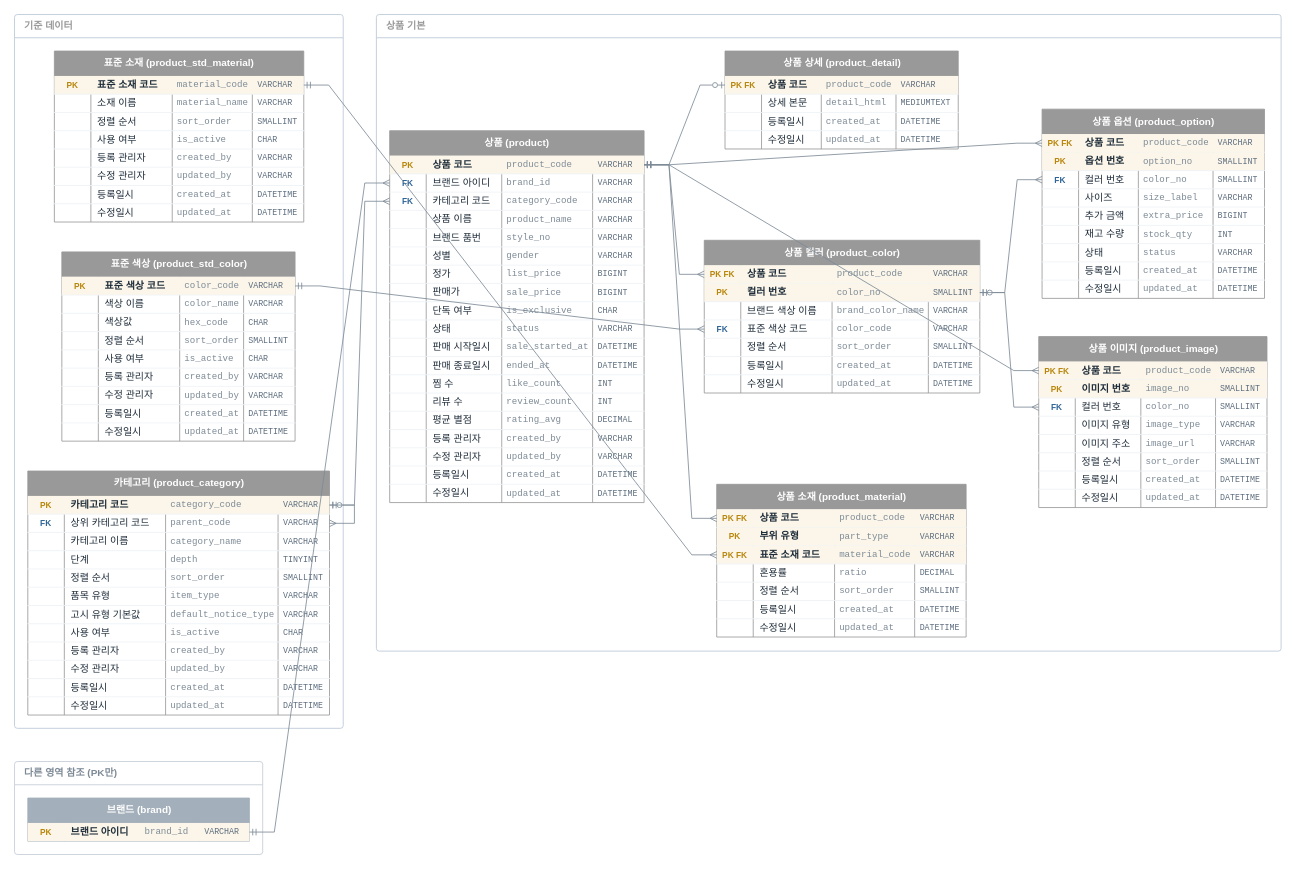
This is page "상품" (4 of 4) of docs/erd.drawio from jjonong/fashion-shoppingmall, a draw.io file, before an edit. Source tidied: cells renumbered, new cells numbered last; positions are measured from the earlier drawing's top-left corner, leaving out a move shared by most shapes. Both pictures are drawn from the tidied source at 83%, with x=0, y=0 at pixel (14, 14).
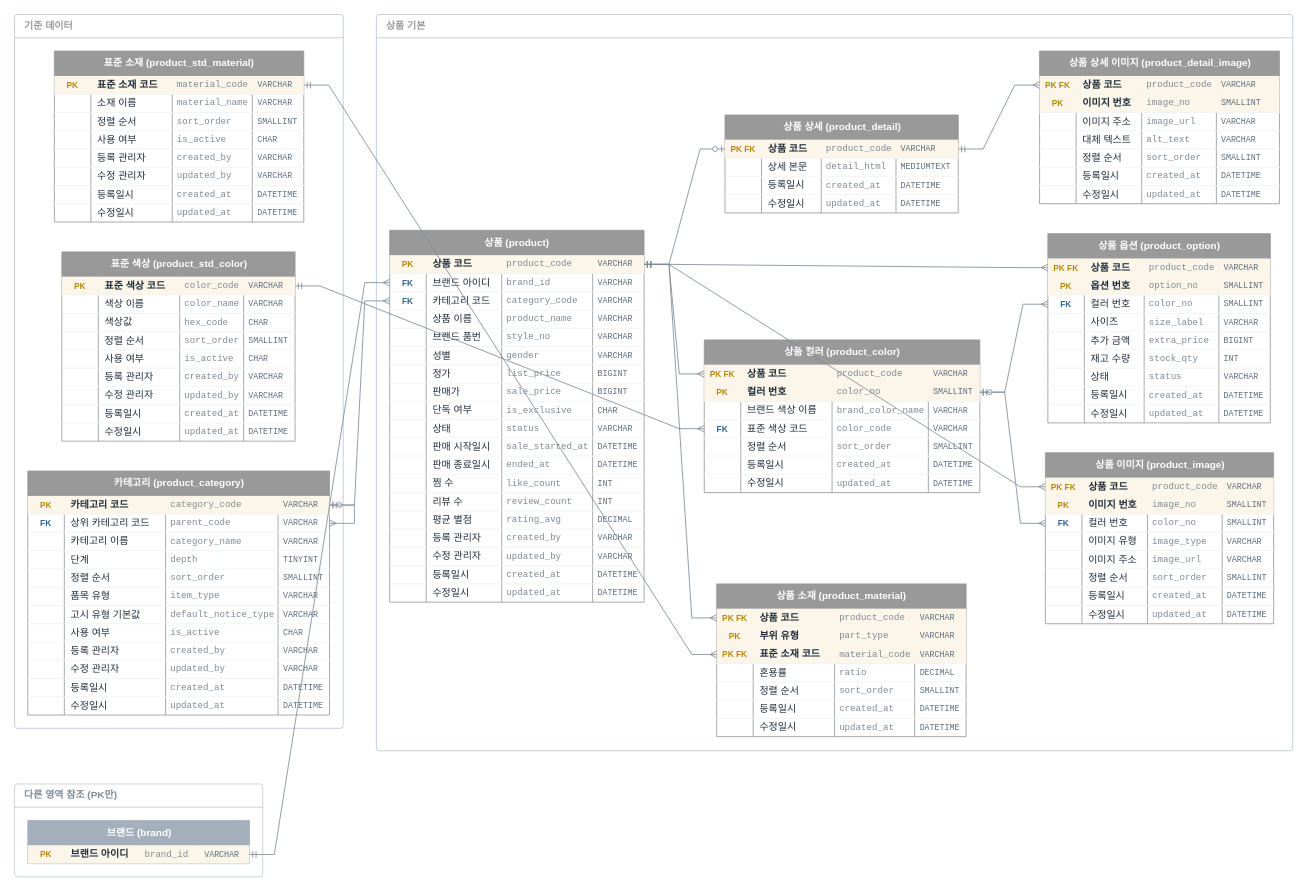
Above is the later version.

The change refers to these unchanged cells:
```xml
<mxCell id="249" style="shape=tableRow;horizontal=0;startSize=0;swimlaneHead=0;swimlaneBody=0;fillColor=#FBF6E9;points=[[0,0.5],[1,0.5]];portConstraint=eastwest;top=0;left=0;right=0;bottom=1;strokeColor=#eef2f6;" parent="248" vertex="1">
  <mxGeometry y="30" width="281" height="22" as="geometry" />
</mxCell>
```

What changed in the source:
```diff
@@
     <mxCell id="151" value="상품 기본" style="swimlane;startSize=28;rounded=1;arcSize=4;fillColor=none;swimlaneFillColor=none;strokeColor=#b9c7d6;fontColor=#999999;fontStyle=1;align=left;spacingLeft=10;html=1;" parent="1" vertex="1">
-      <mxGeometry x="436" width="1090" height="767" as="geometry" />
+      <mxGeometry x="436" width="1104" height="887" as="geometry" />
     </mxCell>
     <mxCell id="152" value="상품 (product)" style="shape=table;startSize=30;childLayout=tableLayout;rowLines=0;fontStyle=1;align=center;html=1;fillColor=#999999;fontColor=#ffffff;strokeColor=#999999;swimlaneFillColor=#ffffff;" parent="151" vertex="1">
-      <mxGeometry x="16" y="140" width="306.5" height="448" as="geometry" />
+      <mxGeometry x="16" y="260" width="306.5" height="448" as="geometry" />
     </mxCell>
@@
     <mxCell id="248" value="상품 상세 (product_detail)" style="shape=table;startSize=30;childLayout=tableLayout;rowLines=0;fontStyle=1;align=center;html=1;fillColor=#999999;fontColor=#ffffff;strokeColor=#999999;swimlaneFillColor=#ffffff;" parent="151" vertex="1">
-      <mxGeometry x="420" y="44" width="281" height="118" as="geometry" />
+      <mxGeometry x="420" y="121" width="281" height="118" as="geometry" />
     </mxCell>
@@
+    <mxCell id="447" value="상품 상세 이미지 (product_detail_image)" style="shape=table;startSize=30;childLayout=tableLayout;rowLines=0;fontStyle=1;align=center;html=1;fillColor=#999999;fontColor=#ffffff;strokeColor=#999999;swimlaneFillColor=#ffffff;" parent="151" vertex="1">
+      <mxGeometry x="799" y="44" width="289" height="184" as="geometry" />
+    </mxCell>
+    <mxCell id="448" style="shape=tableRow;horizontal=0;startSize=0;swimlaneHead=0;swimlaneBody=0;fillColor=#FBF6E9;points=[[0,0.5],[1,0.5]];portConstraint=eastwest;top=0;left=0;right=0;bottom=1;strokeColor=#eef2f6;" parent="447" vertex="1">
+      <mxGeometry y="30" width="289" height="22" as="geometry" />
+    </mxCell>
+    <mxCell id="449" value="PK FK" style="shape=partialRectangle;fillColor=none;top=0;left=0;bottom=0;right=0;overflow=hidden;html=1;fontStyle=1;fontColor=#B8860B;fontSize=10;align=center;" parent="448" vertex="1">
+      <mxGeometry width="44" height="22" as="geometry" />
+    </mxCell>
+    <mxCell id="450" value="상품 코드" style="shape=partialRectangle;fillColor=none;top=0;left=0;bottom=0;right=0;overflow=hidden;html=1;fontStyle=1;fontColor=#1f2d3a;align=left;spacingLeft=6;" parent="448" vertex="1">
+      <mxGeometry x="44" width="79" height="22" as="geometry" />
+    </mxCell>
+    <mxCell id="451" value="product_code" style="shape=partialRectangle;fillColor=none;top=0;left=0;bottom=0;right=0;overflow=hidden;html=1;fontFamily=Consolas;fontColor=#7d8a96;fontSize=11;align=left;spacingLeft=4;" parent="448" vertex="1">
+      <mxGeometry x="123" width="90" height="22" as="geometry" />
+    </mxCell>
+    <mxCell id="452" value="VARCHAR" style="shape=partialRectangle;fillColor=none;top=0;left=0;bottom=0;right=0;overflow=hidden;html=1;fontFamily=Consolas;fontColor=#5d6d7e;fontSize=10;align=left;spacingLeft=4;" parent="448" vertex="1">
+      <mxGeometry x="213" width="76" height="22" as="geometry" />
+    </mxCell>
+    <mxCell id="453" style="shape=tableRow;horizontal=0;startSize=0;swimlaneHead=0;swimlaneBody=0;fillColor=#FBF6E9;top=0;left=0;right=0;bottom=1;strokeColor=#eef2f6;" parent="447" vertex="1">
+      <mxGeometry y="52" width="289" height="22" as="geometry" />
+    </mxCell>
+    <mxCell id="454" value="PK" style="shape=partialRectangle;fillColor=none;top=0;left=0;bottom=0;right=0;overflow=hidden;html=1;fontStyle=1;fontColor=#B8860B;fontSize=10;align=center;" parent="453" vertex="1">
+      <mxGeometry width="44" height="22" as="geometry" />
+    </mxCell>
+    <mxCell id="455" value="이미지 번호" style="shape=partialRectangle;fillColor=none;top=0;left=0;bottom=0;right=0;overflow=hidden;html=1;fontStyle=1;fontColor=#1f2d3a;align=left;spacingLeft=6;" parent="453" vertex="1">
+      <mxGeometry x="44" width="79" height="22" as="geometry" />
+    </mxCell>
+    <mxCell id="456" value="image_no" style="shape=partialRectangle;fillColor=none;top=0;left=0;bottom=0;right=0;overflow=hidden;html=1;fontFamily=Consolas;fontColor=#7d8a96;fontSize=11;align=left;spacingLeft=4;" parent="453" vertex="1">
+      <mxGeometry x="123" width="90" height="22" as="geometry" />
+    </mxCell>
+    <mxCell id="457" value="SMALLINT" style="shape=partialRectangle;fillColor=none;top=0;left=0;bottom=0;right=0;overflow=hidden;html=1;fontFamily=Consolas;fontColor=#5d6d7e;fontSize=10;align=left;spacingLeft=4;" parent="453" vertex="1">
+      <mxGeometry x="213" width="76" height="22" as="geometry" />
+    </mxCell>
+    <mxCell id="458" style="shape=tableRow;horizontal=0;startSize=0;swimlaneHead=0;swimlaneBody=0;fillColor=none;top=0;left=0;right=0;bottom=1;strokeColor=#eef2f6;" parent="447" vertex="1">
+      <mxGeometry y="74" width="289" height="22" as="geometry" />
+    </mxCell>
+    <mxCell id="459" style="shape=partialRectangle;fillColor=none;top=0;left=0;bottom=0;right=0;overflow=hidden;html=1;fontStyle=1;fontColor=#2f6496;fontSize=10;align=center;" parent="458" vertex="1">
+      <mxGeometry width="44" height="22" as="geometry" />
+    </mxCell>
+    <mxCell id="460" value="이미지 주소" style="shape=partialRectangle;fillColor=none;top=0;left=0;bottom=0;right=0;overflow=hidden;html=1;fontStyle=0;fontColor=#1f2d3a;align=left;spacingLeft=6;" parent="458" vertex="1">
+      <mxGeometry x="44" width="79" height="22" as="geometry" />
+    </mxCell>
+    <mxCell id="461" value="image_url" style="shape=partialRectangle;fillColor=none;top=0;left=0;bottom=0;right=0;overflow=hidden;html=1;fontFamily=Consolas;fontColor=#7d8a96;fontSize=11;align=left;spacingLeft=4;" parent="458" vertex="1">
+      <mxGeometry x="123" width="90" height="22" as="geometry" />
+    </mxCell>
+    <mxCell id="462" value="VARCHAR" style="shape=partialRectangle;fillColor=none;top=0;left=0;bottom=0;right=0;overflow=hidden;html=1;fontFamily=Consolas;fontColor=#5d6d7e;fontSize=10;align=left;spacingLeft=4;" parent="458" vertex="1">
+      <mxGeometry x="213" width="76" height="22" as="geometry" />
+    </mxCell>
+    <mxCell id="463" style="shape=tableRow;horizontal=0;startSize=0;swimlaneHead=0;swimlaneBody=0;fillColor=none;top=0;left=0;right=0;bottom=1;strokeColor=#eef2f6;" parent="447" vertex="1">
+      <mxGeometry y="96" width="289" height="22" as="geometry" />
+    </mxCell>
+    <mxCell id="464" style="shape=partialRectangle;fillColor=none;top=0;left=0;bottom=0;right=0;overflow=hidden;html=1;fontStyle=1;fontColor=#2f6496;fontSize=10;align=center;" parent="463" vertex="1">
+      <mxGeometry width="44" height="22" as="geometry" />
+    </mxCell>
+    <mxCell id="465" value="대체 텍스트" style="shape=partialRectangle;fillColor=none;top=0;left=0;bottom=0;right=0;overflow=hidden;html=1;fontStyle=0;fontColor=#1f2d3a;align=left;spacingLeft=6;" parent="463" vertex="1">
+      <mxGeometry x="44" width="79" height="22" as="geometry" />
+    </mxCell>
+    <mxCell id="466" value="alt_text" style="shape=partialRectangle;fillColor=none;top=0;left=0;bottom=0;right=0;overflow=hidden;html=1;fontFamily=Consolas;fontColor=#7d8a96;fontSize=11;align=left;spacingLeft=4;" parent="463" vertex="1">
+      <mxGeometry x="123" width="90" height="22" as="geometry" />
+    </mxCell>
+    <mxCell id="467" value="VARCHAR" style="shape=partialRectangle;fillColor=none;top=0;left=0;bottom=0;right=0;overflow=hidden;html=1;fontFamily=Consolas;fontColor=#5d6d7e;fontSize=10;align=left;spacingLeft=4;" parent="463" vertex="1">
+      <mxGeometry x="213" width="76" height="22" as="geometry" />
+    </mxCell>
+    <mxCell id="468" style="shape=tableRow;horizontal=0;startSize=0;swimlaneHead=0;swimlaneBody=0;fillColor=none;top=0;left=0;right=0;bottom=1;strokeColor=#eef2f6;" parent="447" vertex="1">
+      <mxGeometry y="118" width="289" height="22" as="geometry" />
+    </mxCell>
+    <mxCell id="469" style="shape=partialRectangle;fillColor=none;top=0;left=0;bottom=0;right=0;overflow=hidden;html=1;fontStyle=1;fontColor=#2f6496;fontSize=10;align=center;" parent="468" vertex="1">
+      <mxGeometry width="44" height="22" as="geometry" />
+    </mxCell>
+    <mxCell id="470" value="정렬 순서" style="shape=partialRectangle;fillColor=none;top=0;left=0;bottom=0;right=0;overflow=hidden;html=1;fontStyle=0;fontColor=#1f2d3a;align=left;spacingLeft=6;" parent="468" vertex="1">
+      <mxGeometry x="44" width="79" height="22" as="geometry" />
+    </mxCell>
+    <mxCell id="471" value="sort_order" style="shape=partialRectangle;fillColor=none;top=0;left=0;bottom=0;right=0;overflow=hidden;html=1;fontFamily=Consolas;fontColor=#7d8a96;fontSize=11;align=left;spacingLeft=4;" parent="468" vertex="1">
+      <mxGeometry x="123" width="90" height="22" as="geometry" />
+    </mxCell>
+    <mxCell id="472" value="SMALLINT" style="shape=partialRectangle;fillColor=none;top=0;left=0;bottom=0;right=0;overflow=hidden;html=1;fontFamily=Consolas;fontColor=#5d6d7e;fontSize=10;align=left;spacingLeft=4;" parent="468" vertex="1">
+      <mxGeometry x="213" width="76" height="22" as="geometry" />
+    </mxCell>
+    <mxCell id="473" style="shape=tableRow;horizontal=0;startSize=0;swimlaneHead=0;swimlaneBody=0;fillColor=none;top=0;left=0;right=0;bottom=1;strokeColor=#eef2f6;" parent="447" vertex="1">
+      <mxGeometry y="140" width="289" height="22" as="geometry" />
+    </mxCell>
+    <mxCell id="474" style="shape=partialRectangle;fillColor=none;top=0;left=0;bottom=0;right=0;overflow=hidden;html=1;fontStyle=1;fontColor=#2f6496;fontSize=10;align=center;" parent="473" vertex="1">
+      <mxGeometry width="44" height="22" as="geometry" />
+    </mxCell>
+    <mxCell id="475" value="등록일시" style="shape=partialRectangle;fillColor=none;top=0;left=0;bottom=0;right=0;overflow=hidden;html=1;fontStyle=0;fontColor=#1f2d3a;align=left;spacingLeft=6;" parent="473" vertex="1">
+      <mxGeometry x="44" width="79" height="22" as="geometry" />
+    </mxCell>
+    <mxCell id="476" value="created_at" style="shape=partialRectangle;fillColor=none;top=0;left=0;bottom=0;right=0;overflow=hidden;html=1;fontFamily=Consolas;fontColor=#7d8a96;fontSize=11;align=left;spacingLeft=4;" parent="473" vertex="1">
+      <mxGeometry x="123" width="90" height="22" as="geometry" />
+    </mxCell>
+    <mxCell id="477" value="DATETIME" style="shape=partialRectangle;fillColor=none;top=0;left=0;bottom=0;right=0;overflow=hidden;html=1;fontFamily=Consolas;fontColor=#5d6d7e;fontSize=10;align=left;spacingLeft=4;" parent="473" vertex="1">
+      <mxGeometry x="213" width="76" height="22" as="geometry" />
+    </mxCell>
+    <mxCell id="478" style="shape=tableRow;horizontal=0;startSize=0;swimlaneHead=0;swimlaneBody=0;fillColor=none;top=0;left=0;right=0;bottom=0;strokeColor=#eef2f6;" parent="447" vertex="1">
+      <mxGeometry y="162" width="289" height="22" as="geometry" />
+    </mxCell>
+    <mxCell id="479" style="shape=partialRectangle;fillColor=none;top=0;left=0;bottom=0;right=0;overflow=hidden;html=1;fontStyle=1;fontColor=#2f6496;fontSize=10;align=center;" parent="478" vertex="1">
+      <mxGeometry width="44" height="22" as="geometry" />
+    </mxCell>
+    <mxCell id="480" value="수정일시" style="shape=partialRectangle;fillColor=none;top=0;left=0;bottom=0;right=0;overflow=hidden;html=1;fontStyle=0;fontColor=#1f2d3a;align=left;spacingLeft=6;" parent="478" vertex="1">
+      <mxGeometry x="44" width="79" height="22" as="geometry" />
+    </mxCell>
+    <mxCell id="481" value="updated_at" style="shape=partialRectangle;fillColor=none;top=0;left=0;bottom=0;right=0;overflow=hidden;html=1;fontFamily=Consolas;fontColor=#7d8a96;fontSize=11;align=left;spacingLeft=4;" parent="478" vertex="1">
+      <mxGeometry x="123" width="90" height="22" as="geometry" />
+    </mxCell>
+    <mxCell id="482" value="DATETIME" style="shape=partialRectangle;fillColor=none;top=0;left=0;bottom=0;right=0;overflow=hidden;html=1;fontFamily=Consolas;fontColor=#5d6d7e;fontSize=10;align=left;spacingLeft=4;" parent="478" vertex="1">
+      <mxGeometry x="213" width="76" height="22" as="geometry" />
+    </mxCell>
     <mxCell id="269" value="상품 컬러 (product_color)" style="shape=table;startSize=30;childLayout=tableLayout;rowLines=0;fontStyle=1;align=center;html=1;fillColor=#999999;fontColor=#ffffff;strokeColor=#999999;swimlaneFillColor=#ffffff;" parent="151" vertex="1">
-      <mxGeometry x="395" y="272" width="332" height="184" as="geometry" />
+      <mxGeometry x="395" y="392" width="332" height="184" as="geometry" />
     </mxCell>
@@
     <mxCell id="305" value="상품 옵션 (product_option)" style="shape=table;startSize=30;childLayout=tableLayout;rowLines=0;fontStyle=1;align=center;html=1;fillColor=#999999;fontColor=#ffffff;strokeColor=#999999;swimlaneFillColor=#ffffff;" parent="151" vertex="1">
-      <mxGeometry x="802" y="114" width="268" height="228" as="geometry" />
+      <mxGeometry x="809" y="264" width="268" height="228" as="geometry" />
     </mxCell>
@@
     <mxCell id="351" value="상품 이미지 (product_image)" style="shape=table;startSize=30;childLayout=tableLayout;rowLines=0;fontStyle=1;align=center;html=1;fillColor=#999999;fontColor=#ffffff;strokeColor=#999999;swimlaneFillColor=#ffffff;" parent="151" vertex="1">
-      <mxGeometry x="798" y="388" width="275" height="206" as="geometry" />
+      <mxGeometry x="806" y="528" width="275" height="206" as="geometry" />
     </mxCell>
@@
     <mxCell id="392" value="상품 소재 (product_material)" style="shape=table;startSize=30;childLayout=tableLayout;rowLines=0;fontStyle=1;align=center;html=1;fillColor=#999999;fontColor=#ffffff;strokeColor=#999999;swimlaneFillColor=#ffffff;" parent="151" vertex="1">
-      <mxGeometry x="410" y="566" width="300.5" height="184" as="geometry" />
+      <mxGeometry x="410" y="686" width="300.5" height="184" as="geometry" />
     </mxCell>
@@
     <mxCell id="428" value="다른 영역 참조 (PK만)" style="swimlane;startSize=28;rounded=1;arcSize=4;fillColor=none;swimlaneFillColor=none;strokeColor=#c3ccd5;fontColor=#7d8a96;fontStyle=1;align=left;spacingLeft=10;html=1;" parent="1" vertex="1">
-      <mxGeometry y="900" width="299" height="112" as="geometry" />
+      <mxGeometry y="927" width="299" height="112" as="geometry" />
     </mxCell>
@@
+    <mxCell id="483" style="edgeStyle=entityRelationEdgeStyle;html=1;rounded=0;startArrow=ERmany;startFill=0;endArrow=ERmandOne;endFill=0;strokeColor=#7d8a96;" parent="1" edge="1" source="448" target="249">
+      <mxGeometry relative="1" as="geometry" />
+    </mxCell>
```
